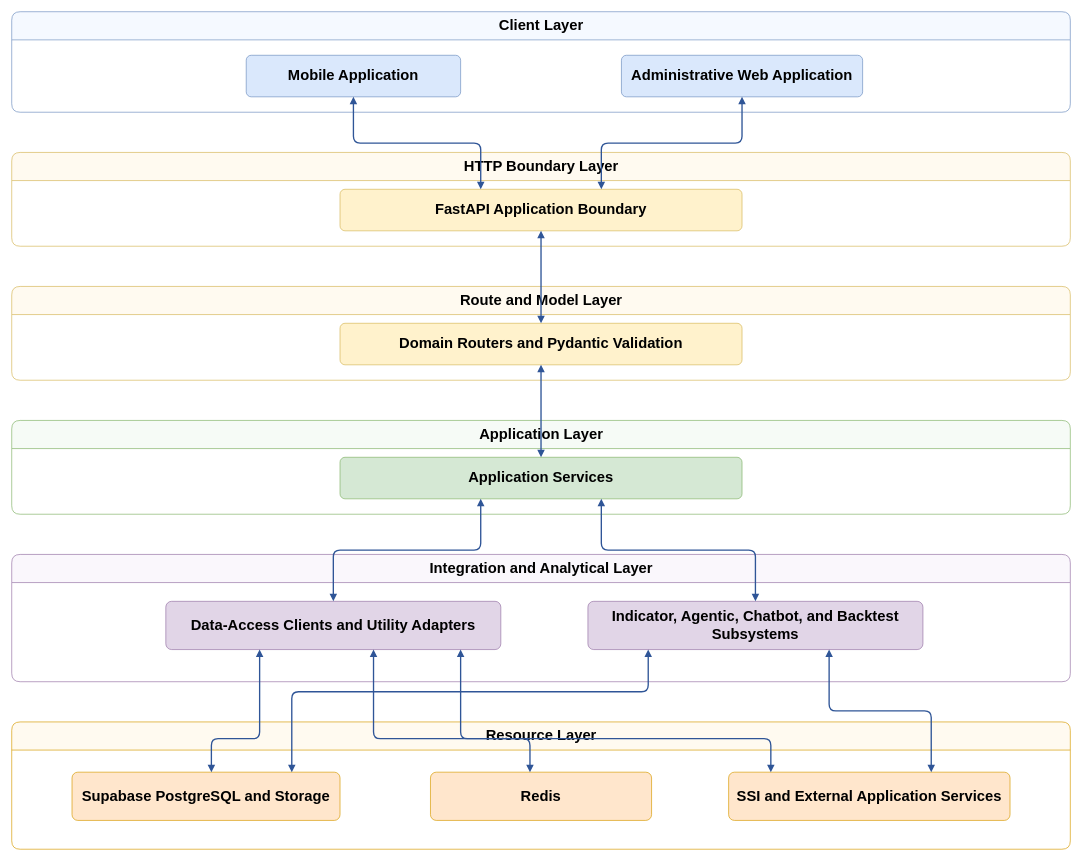
Above: report/diagrams/chapter4/stockrium_backend_layered_design.drawio in lqhuy04/Thesis-22125031-22125035 (draw.io), before the change. Source tidied: cells renumbered, new cells numbered last; positions are measured from the earlier drawing's top-left corner, leaving out a move shared by most shapes. Both pictures are drawn from the tidied source at 67%, with x=0, y=0 at pixel (11, 11).
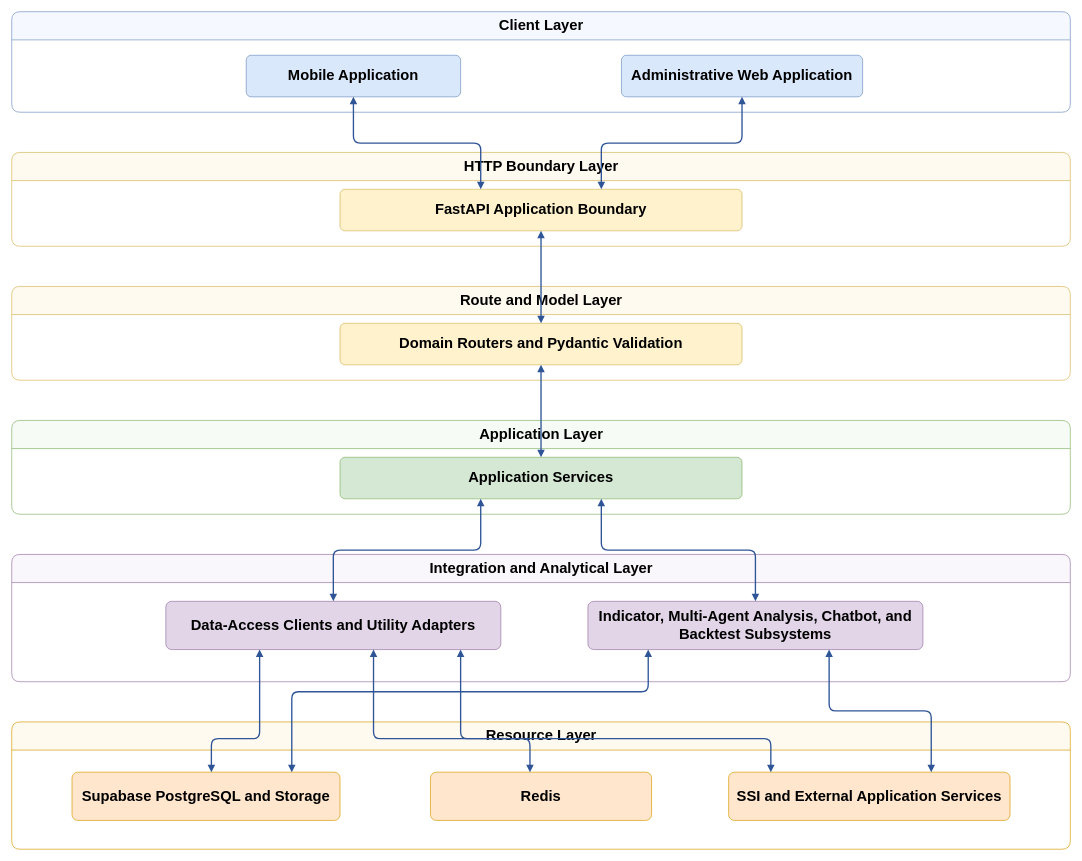
After the change.

What changed in the source:
```diff
@@
-    <mxCell id="14" value="Indicator, Agentic, Chatbot, and Backtest Subsystems" style="rounded=1;whiteSpace=wrap;html=1;fillColor=#e1d5e7;strokeColor=#9673a6;fontSize=22;spacing=10;fontStyle=1;arcSize=12;" parent="1" vertex="1">
+    <mxCell id="14" value="Indicator, Multi-Agent Analysis, Chatbot, and Backtest Subsystems" style="rounded=1;whiteSpace=wrap;html=1;fillColor=#e1d5e7;strokeColor=#9673a6;fontSize=22;spacing=10;fontStyle=1;arcSize=12;" parent="1" vertex="1">
       <mxGeometry x="860" y="880" width="500" height="72" as="geometry" />
     </mxCell>
```
